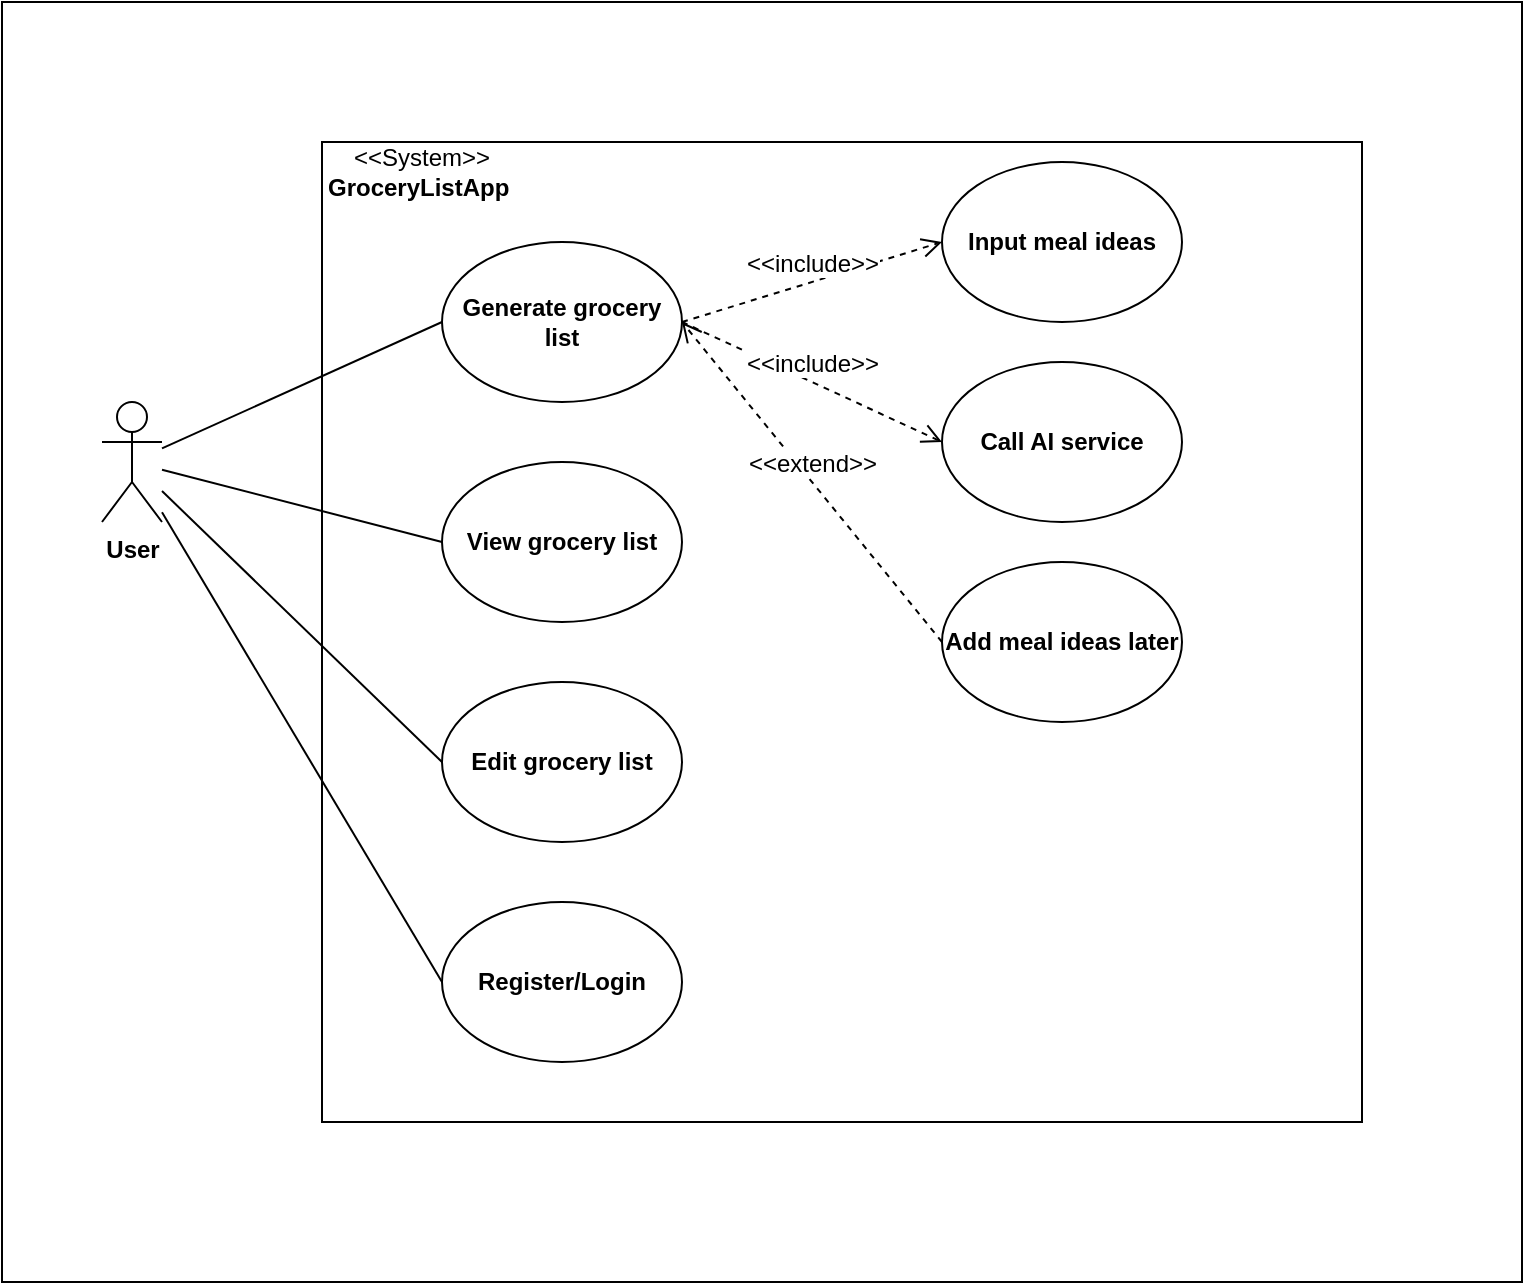
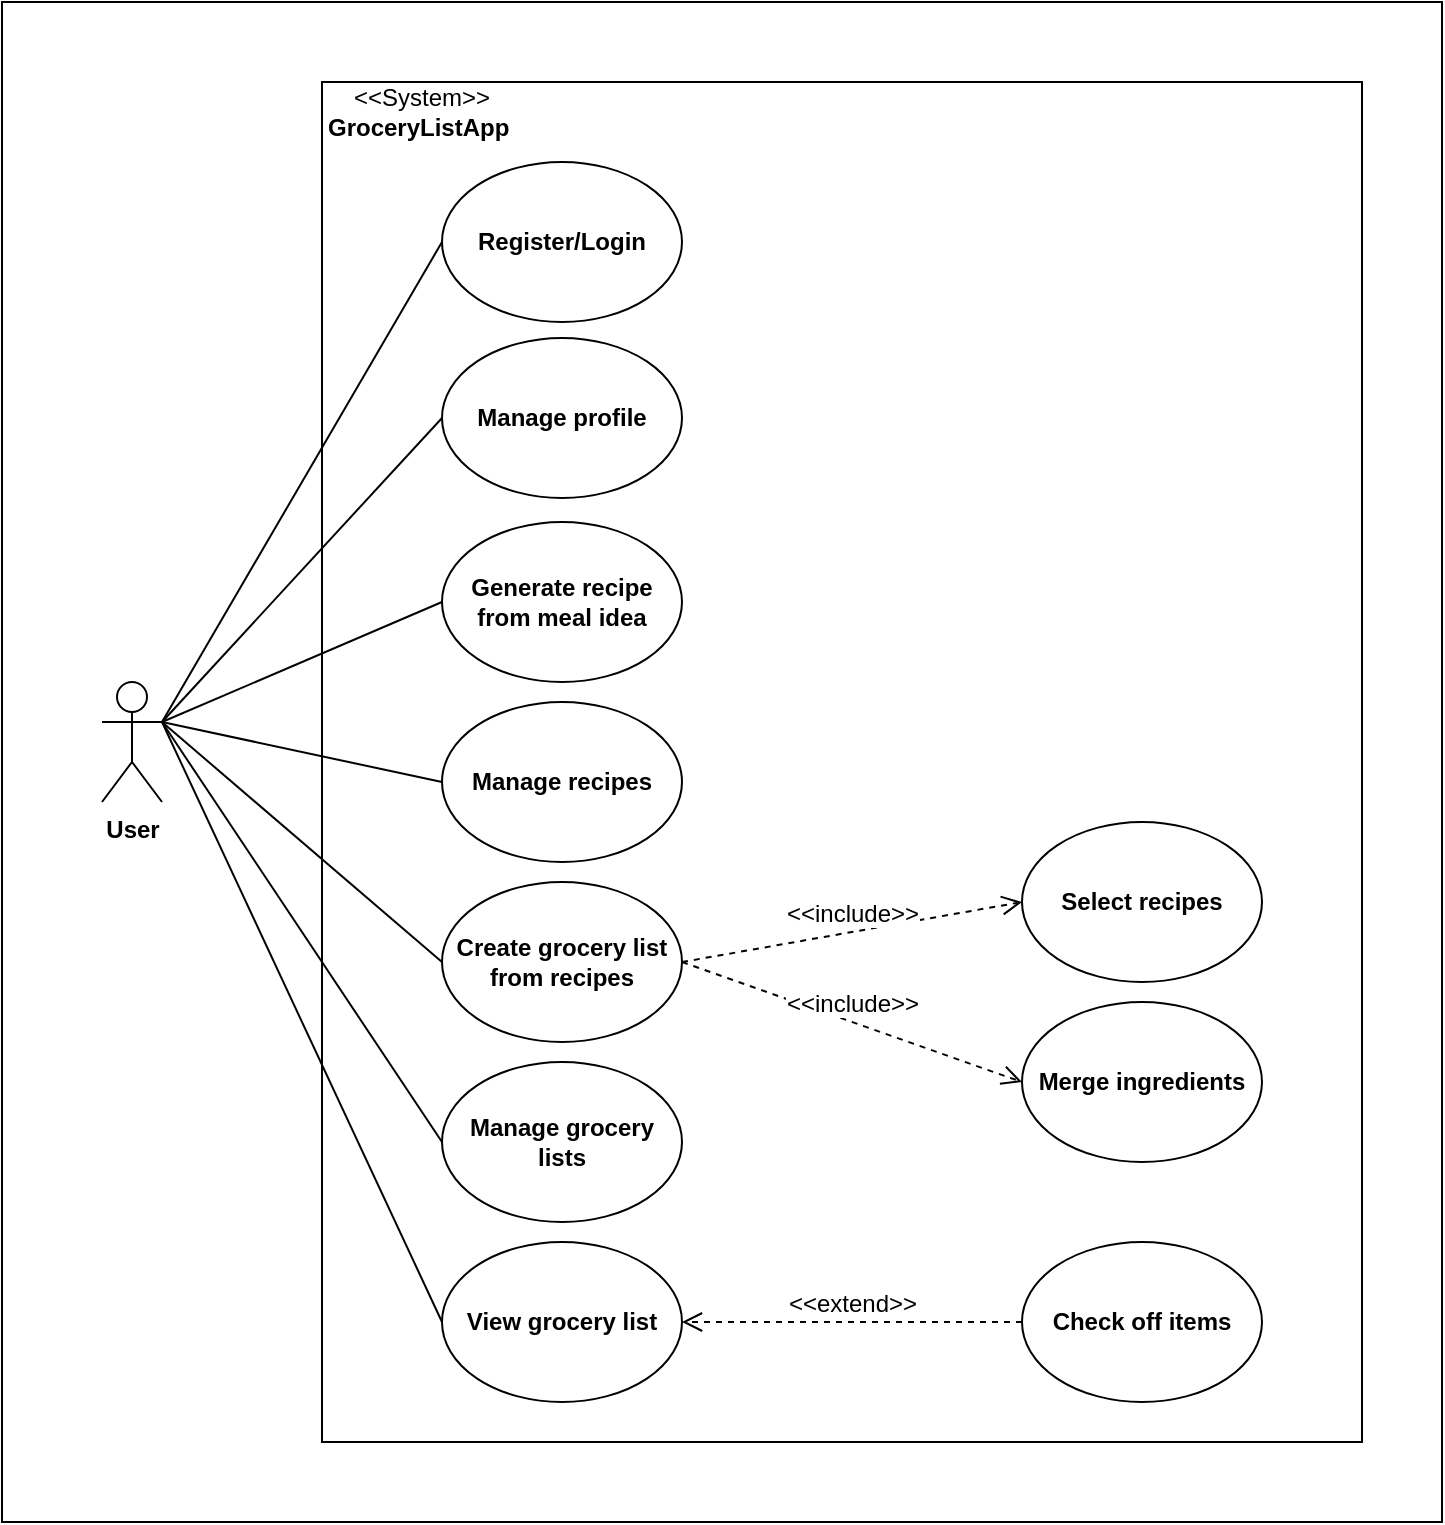
<mxfile host="app.diagrams.net">
  <diagram name="Seite-1" id="ahYkafJWDtiHepvlXSwJ">
-     <mxGraphModel dx="1099" dy="702" grid="1" gridSize="10" guides="1" tooltips="1" connect="1" arrows="1" fold="1" page="1" pageScale="1" pageWidth="827" pageHeight="1169" math="0" shadow="0">
+     <mxGraphModel dx="783" dy="797" grid="1" gridSize="10" guides="1" tooltips="1" connect="1" arrows="1" fold="1" page="1" pageScale="1" pageWidth="827" pageHeight="1169" math="0" shadow="0">
      <root>
        <mxCell id="0" />
        <mxCell id="1" parent="0" />
-         <mxCell id="QgMyQP5Dk538pZgDguqI-24" parent="1" style="rounded=0;whiteSpace=wrap;html=1;labelBackgroundColor=none;verticalAlign=middle;autosizeText=1;textOpacity=0;" value="" vertex="1">
-           <mxGeometry height="640" width="760" x="40" y="40" as="geometry" />
+         <mxCell id="0DKZJxcx5YpG6KRih2oU-11" parent="1" style="rounded=0;whiteSpace=wrap;html=1;" value="" vertex="1">
+           <mxGeometry height="760" width="720" x="40" y="70" as="geometry" />
        </mxCell>
        <mxCell id="QgMyQP5Dk538pZgDguqI-1" parent="1" style="shape=umlActor;verticalLabelPosition=bottom;verticalAlign=top;html=1;outlineConnect=0;fontStyle=1" value="User" vertex="1">
-           <mxGeometry height="60" width="30" x="90" y="240" as="geometry" />
+           <mxGeometry height="60" width="30" x="90" y="410" as="geometry" />
        </mxCell>
        <mxCell id="QgMyQP5Dk538pZgDguqI-3" parent="1" style="rounded=0;whiteSpace=wrap;html=1;align=left;" value="" vertex="1">
-           <mxGeometry height="490" width="520" x="200" y="110" as="geometry" />
+           <mxGeometry height="680" width="520" x="200" y="110" as="geometry" />
        </mxCell>
-         <mxCell id="QgMyQP5Dk538pZgDguqI-4" parent="1" style="ellipse;whiteSpace=wrap;html=1;fontStyle=1" value="Generate grocery list" vertex="1">
-           <mxGeometry height="80" width="120" x="260" y="160" as="geometry" />
+         <mxCell id="QgMyQP5Dk538pZgDguqI-4" parent="1" style="ellipse;whiteSpace=wrap;html=1;fontStyle=1" value="Create grocery list from recipes" vertex="1">
+           <mxGeometry height="80" width="120" x="260" y="510" as="geometry" />
        </mxCell>
-         <mxCell id="QgMyQP5Dk538pZgDguqI-7" parent="1" style="ellipse;whiteSpace=wrap;html=1;fontStyle=1" value="Input meal ideas" vertex="1">
-           <mxGeometry height="80" width="120" x="510" y="120" as="geometry" />
+         <mxCell id="QgMyQP5Dk538pZgDguqI-7" parent="1" style="ellipse;whiteSpace=wrap;html=1;fontStyle=1" value="Select recipes" vertex="1">
+           <mxGeometry height="80" width="120" x="550" y="480" as="geometry" />
        </mxCell>
        <mxCell id="QgMyQP5Dk538pZgDguqI-8" parent="1" style="ellipse;whiteSpace=wrap;html=1;fontStyle=1" value="Register/Login" vertex="1">
-           <mxGeometry height="80" width="120" x="260" y="490" as="geometry" />
+           <mxGeometry height="80" width="120" x="260" y="150" as="geometry" />
        </mxCell>
-         <mxCell id="QgMyQP5Dk538pZgDguqI-9" parent="1" style="ellipse;whiteSpace=wrap;html=1;fontStyle=1" value="View grocery list" vertex="1">
-           <mxGeometry height="80" width="120" x="260" y="270" as="geometry" />
+         <mxCell id="QgMyQP5Dk538pZgDguqI-9" parent="1" style="ellipse;whiteSpace=wrap;html=1;fontStyle=1" value="Manage recipes" vertex="1">
+           <mxGeometry height="80" width="120" x="260" y="420" as="geometry" />
        </mxCell>
-         <mxCell id="QgMyQP5Dk538pZgDguqI-10" parent="1" style="ellipse;whiteSpace=wrap;html=1;fontStyle=1" value="Call AI service" vertex="1">
-           <mxGeometry height="80" width="120" x="510" y="220" as="geometry" />
+         <mxCell id="QgMyQP5Dk538pZgDguqI-10" parent="1" style="ellipse;whiteSpace=wrap;html=1;fontStyle=1" value="Merge ingredients" vertex="1">
+           <mxGeometry height="80" width="120" x="550" y="570" as="geometry" />
        </mxCell>
-         <mxCell id="QgMyQP5Dk538pZgDguqI-12" parent="1" style="ellipse;whiteSpace=wrap;html=1;fontStyle=1" value="Edit grocery list" vertex="1">
-           <mxGeometry height="80" width="120" x="260" y="380" as="geometry" />
+         <mxCell id="QgMyQP5Dk538pZgDguqI-12" parent="1" style="ellipse;whiteSpace=wrap;html=1;fontStyle=1" value="Manage grocery lists" vertex="1">
+           <mxGeometry height="80" width="120" x="260" y="600" as="geometry" />
        </mxCell>
-         <mxCell id="QgMyQP5Dk538pZgDguqI-13" parent="1" style="ellipse;whiteSpace=wrap;html=1;fontStyle=1" value="Add meal ideas later" vertex="1">
-           <mxGeometry height="80" width="120" x="510" y="320" as="geometry" />
+         <mxCell id="QgMyQP5Dk538pZgDguqI-13" parent="1" style="ellipse;whiteSpace=wrap;html=1;fontStyle=1" value="Check off items" vertex="1">
+           <mxGeometry height="80" width="120" x="550" y="690" as="geometry" />
        </mxCell>
        <mxCell id="QgMyQP5Dk538pZgDguqI-14" parent="1" style="text;html=1;whiteSpace=wrap;strokeColor=none;fillColor=none;align=center;verticalAlign=middle;rounded=0;" value="&amp;lt;&amp;lt;System&amp;gt;&amp;gt;&lt;div&gt;&lt;b&gt;GroceryListApp&lt;/b&gt;&amp;nbsp;&lt;/div&gt;" vertex="1">
          <mxGeometry height="30" width="60" x="220" y="110" as="geometry" />
        </mxCell>
        <mxCell id="QgMyQP5Dk538pZgDguqI-16" edge="1" parent="1" source="QgMyQP5Dk538pZgDguqI-4" style="html=1;verticalAlign=bottom;endArrow=open;dashed=1;endSize=8;curved=0;rounded=0;exitX=1;exitY=0.5;exitDx=0;exitDy=0;entryX=0;entryY=0.5;entryDx=0;entryDy=0;fontSize=12;" target="QgMyQP5Dk538pZgDguqI-7" value="&amp;lt;&amp;lt;include&amp;gt;&amp;gt;">
          <mxGeometry relative="1" as="geometry">
            <mxPoint x="480" y="210" as="sourcePoint" />
            <mxPoint x="400" y="210" as="targetPoint" />
          </mxGeometry>
        </mxCell>
        <mxCell id="QgMyQP5Dk538pZgDguqI-17" edge="1" parent="1" source="QgMyQP5Dk538pZgDguqI-4" style="html=1;verticalAlign=bottom;endArrow=open;dashed=1;endSize=8;curved=0;rounded=0;exitX=1;exitY=0.5;exitDx=0;exitDy=0;entryX=0;entryY=0.5;entryDx=0;entryDy=0;fontSize=12;" target="QgMyQP5Dk538pZgDguqI-10" value="&amp;lt;&amp;lt;include&amp;gt;&amp;gt;">
          <mxGeometry relative="1" as="geometry">
            <mxPoint x="400" y="280" as="sourcePoint" />
            <mxPoint x="530" y="240" as="targetPoint" />
          </mxGeometry>
        </mxCell>
-         <mxCell id="QgMyQP5Dk538pZgDguqI-19" edge="1" parent="1" source="QgMyQP5Dk538pZgDguqI-1" style="endArrow=none;html=1;rounded=0;entryX=0;entryY=0.5;entryDx=0;entryDy=0;" target="QgMyQP5Dk538pZgDguqI-4" value="">
+         <mxCell id="QgMyQP5Dk538pZgDguqI-19" edge="1" parent="1" source="QgMyQP5Dk538pZgDguqI-1" style="endArrow=none;html=1;rounded=0;entryX=0;entryY=0.5;entryDx=0;entryDy=0;exitX=1;exitY=0.3333333333333333;exitDx=0;exitDy=0;exitPerimeter=0;" target="QgMyQP5Dk538pZgDguqI-4" value="">
          <mxGeometry height="50" relative="1" width="50" as="geometry">
            <mxPoint x="140" y="280" as="sourcePoint" />
            <mxPoint x="230" y="235" as="targetPoint" />
          </mxGeometry>
        </mxCell>
-         <mxCell id="QgMyQP5Dk538pZgDguqI-20" edge="1" parent="1" source="QgMyQP5Dk538pZgDguqI-1" style="endArrow=none;html=1;rounded=0;entryX=0;entryY=0.5;entryDx=0;entryDy=0;" target="QgMyQP5Dk538pZgDguqI-9" value="">
+         <mxCell id="QgMyQP5Dk538pZgDguqI-20" edge="1" parent="1" source="QgMyQP5Dk538pZgDguqI-1" style="endArrow=none;html=1;rounded=0;entryX=0;entryY=0.5;entryDx=0;entryDy=0;exitX=1;exitY=0.3333333333333333;exitDx=0;exitDy=0;exitPerimeter=0;" target="QgMyQP5Dk538pZgDguqI-9" value="">
          <mxGeometry height="50" relative="1" width="50" as="geometry">
            <mxPoint x="190" y="343" as="sourcePoint" />
            <mxPoint x="330" y="280" as="targetPoint" />
          </mxGeometry>
        </mxCell>
-         <mxCell id="QgMyQP5Dk538pZgDguqI-21" edge="1" parent="1" source="QgMyQP5Dk538pZgDguqI-1" style="endArrow=none;html=1;rounded=0;entryX=0;entryY=0.5;entryDx=0;entryDy=0;" target="QgMyQP5Dk538pZgDguqI-12" value="">
+         <mxCell id="QgMyQP5Dk538pZgDguqI-21" edge="1" parent="1" source="QgMyQP5Dk538pZgDguqI-1" style="endArrow=none;html=1;rounded=0;entryX=0;entryY=0.5;entryDx=0;entryDy=0;exitX=1;exitY=0.3333333333333333;exitDx=0;exitDy=0;exitPerimeter=0;" target="QgMyQP5Dk538pZgDguqI-12" value="">
          <mxGeometry height="50" relative="1" width="50" as="geometry">
            <mxPoint x="210" y="453" as="sourcePoint" />
            <mxPoint x="350" y="390" as="targetPoint" />
          </mxGeometry>
        </mxCell>
-         <mxCell id="QgMyQP5Dk538pZgDguqI-22" edge="1" parent="1" source="QgMyQP5Dk538pZgDguqI-1" style="endArrow=none;html=1;rounded=0;entryX=0;entryY=0.5;entryDx=0;entryDy=0;" target="QgMyQP5Dk538pZgDguqI-8" value="">
+         <mxCell id="QgMyQP5Dk538pZgDguqI-22" edge="1" parent="1" source="QgMyQP5Dk538pZgDguqI-1" style="endArrow=none;html=1;rounded=0;entryX=0;entryY=0.5;entryDx=0;entryDy=0;exitX=1;exitY=0.3333333333333333;exitDx=0;exitDy=0;exitPerimeter=0;" target="QgMyQP5Dk538pZgDguqI-8" value="">
          <mxGeometry height="50" relative="1" width="50" as="geometry">
            <mxPoint x="160" y="383" as="sourcePoint" />
            <mxPoint x="300" y="320" as="targetPoint" />
          </mxGeometry>
        </mxCell>
-         <mxCell id="QgMyQP5Dk538pZgDguqI-23" edge="1" parent="1" source="QgMyQP5Dk538pZgDguqI-13" style="html=1;verticalAlign=bottom;endArrow=open;dashed=1;endSize=8;curved=0;rounded=0;exitX=0;exitY=0.5;exitDx=0;exitDy=0;entryX=1;entryY=0.5;entryDx=0;entryDy=0;fontSize=12;" target="QgMyQP5Dk538pZgDguqI-4" value="&amp;lt;&amp;lt;extend&amp;gt;&amp;gt;">
+         <mxCell id="QgMyQP5Dk538pZgDguqI-23" edge="1" parent="1" source="QgMyQP5Dk538pZgDguqI-13" style="html=1;verticalAlign=bottom;endArrow=open;dashed=1;endSize=8;curved=0;rounded=0;exitX=0;exitY=0.5;exitDx=0;exitDy=0;entryX=1;entryY=0.5;entryDx=0;entryDy=0;fontSize=12;" target="0DKZJxcx5YpG6KRih2oU-5" value="&amp;lt;&amp;lt;extend&amp;gt;&amp;gt;">
          <mxGeometry relative="1" as="geometry">
            <mxPoint x="470" y="480" as="sourcePoint" />
            <mxPoint x="600" y="540" as="targetPoint" />
+           </mxGeometry>
+         </mxCell>
+         <mxCell id="0DKZJxcx5YpG6KRih2oU-1" parent="1" style="ellipse;whiteSpace=wrap;html=1;fontStyle=1" value="Manage profile" vertex="1">
+           <mxGeometry height="80" width="120" x="260" y="238" as="geometry" />
+         </mxCell>
+         <mxCell id="0DKZJxcx5YpG6KRih2oU-2" edge="1" parent="1" source="QgMyQP5Dk538pZgDguqI-1" style="endArrow=none;html=1;rounded=0;entryX=0;entryY=0.5;entryDx=0;entryDy=0;exitX=1;exitY=0.3333333333333333;exitDx=0;exitDy=0;exitPerimeter=0;" target="0DKZJxcx5YpG6KRih2oU-1" value="">
+           <mxGeometry height="50" relative="1" width="50" as="geometry">
+             <mxPoint x="120" y="270" as="sourcePoint" />
+             <mxPoint x="300" y="408" as="targetPoint" />
+           </mxGeometry>
+         </mxCell>
+         <mxCell id="0DKZJxcx5YpG6KRih2oU-3" parent="1" style="ellipse;whiteSpace=wrap;html=1;fontStyle=1" value="Generate recipe from meal idea" vertex="1">
+           <mxGeometry height="80" width="120" x="260" y="330" as="geometry" />
+         </mxCell>
+         <mxCell id="0DKZJxcx5YpG6KRih2oU-4" edge="1" parent="1" source="QgMyQP5Dk538pZgDguqI-1" style="endArrow=none;html=1;rounded=0;entryX=0;entryY=0.5;entryDx=0;entryDy=0;exitX=1;exitY=0.3333333333333333;exitDx=0;exitDy=0;exitPerimeter=0;" target="0DKZJxcx5YpG6KRih2oU-3" value="">
+           <mxGeometry height="50" relative="1" width="50" as="geometry">
+             <mxPoint x="120" y="280" as="sourcePoint" />
+             <mxPoint x="320" y="490" as="targetPoint" />
+           </mxGeometry>
+         </mxCell>
+         <mxCell id="0DKZJxcx5YpG6KRih2oU-5" parent="1" style="ellipse;whiteSpace=wrap;html=1;fontStyle=1" value="View grocery list" vertex="1">
+           <mxGeometry height="80" width="120" x="260" y="690" as="geometry" />
+         </mxCell>
+         <mxCell id="0DKZJxcx5YpG6KRih2oU-6" edge="1" parent="1" source="QgMyQP5Dk538pZgDguqI-1" style="endArrow=none;html=1;rounded=0;entryX=0;entryY=0.5;entryDx=0;entryDy=0;exitX=1;exitY=0.3333333333333333;exitDx=0;exitDy=0;exitPerimeter=0;" target="0DKZJxcx5YpG6KRih2oU-5" value="">
+           <mxGeometry height="50" relative="1" width="50" as="geometry">
+             <mxPoint x="180" y="490" as="sourcePoint" />
+             <mxPoint x="320" y="700" as="targetPoint" />
          </mxGeometry>
        </mxCell>
      </root>
    </mxGraphModel>
  </diagram>
</mxfile>
